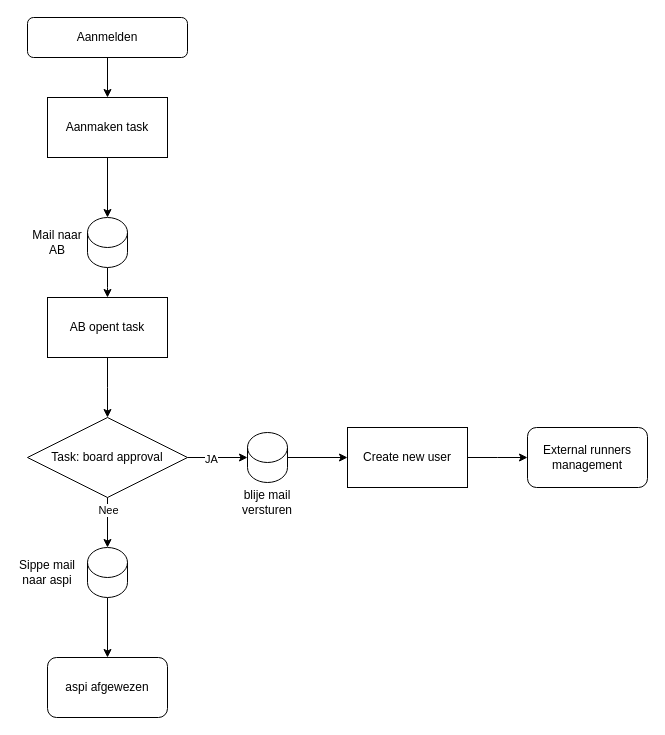
This is docs/drawio/user-create-flow.drawio from Loefbijter/loefsys, a draw.io file, before an edit. Source tidied: cells renumbered, new cells numbered last; positions are measured from the earlier drawing's top-left corner, leaving out a move shared by most shapes. Both pictures are drawn from the tidied source at 100%, with x=0, y=0 at pixel (17, 17).
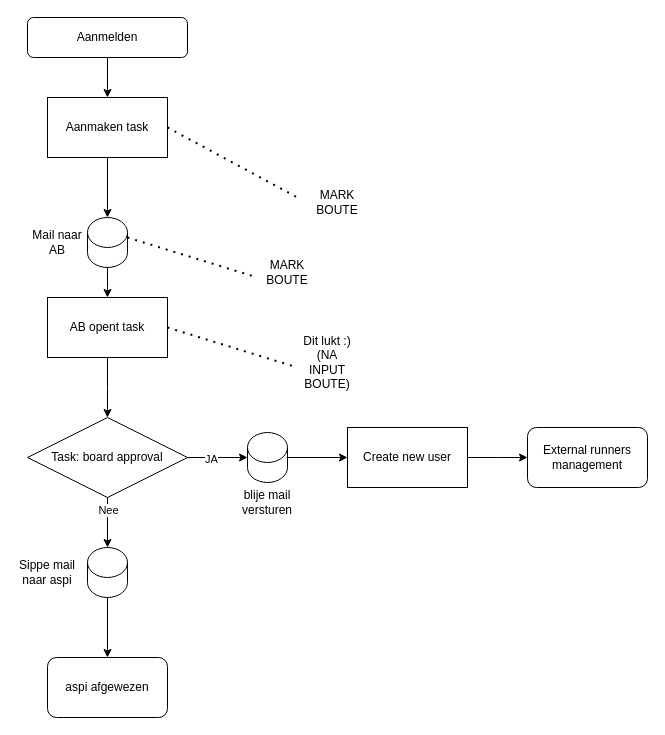
The same page after the edit.

Unchanged cells that the change refers to:
```xml
<mxCell id="11" value="Aanmaken task" style="rounded=0;whiteSpace=wrap;html=1;" parent="1" vertex="1">
  <mxGeometry x="30" y="80" width="120" height="60" as="geometry" />
</mxCell>
```

The edit, as a diff of the source:
```diff
@@
+    <mxCell id="26" style="endArrow=none;dashed=1;html=1;dashPattern=1 3;strokeWidth=2;rounded=0;exitX=1;exitY=0.5;exitDx=0;exitDy=0;" parent="1" edge="1" source="11">
+      <mxGeometry relative="1" as="geometry">
+        <mxPoint x="280" y="180" as="targetPoint" />
+      </mxGeometry>
+    </mxCell>
+    <mxCell id="27" value="MARK BOUTE" style="text;html=1;align=center;verticalAlign=middle;whiteSpace=wrap;rounded=0;" parent="1" vertex="1">
+      <mxGeometry x="290" y="170" width="60" height="30" as="geometry" />
+    </mxCell>
+    <mxCell id="28" style="endArrow=none;dashed=1;html=1;dashPattern=1 3;strokeWidth=2;rounded=0;exitX=1;exitY=0.5;exitDx=0;exitDy=0;" parent="1" edge="1">
+      <mxGeometry relative="1" as="geometry">
+        <mxPoint x="110" y="220" as="sourcePoint" />
+        <mxPoint x="240" y="260" as="targetPoint" />
+      </mxGeometry>
+    </mxCell>
+    <mxCell id="29" value="MARK BOUTE" style="text;html=1;align=center;verticalAlign=middle;whiteSpace=wrap;rounded=0;" parent="1" vertex="1">
+      <mxGeometry x="240" y="240" width="60" height="30" as="geometry" />
+    </mxCell>
+    <mxCell id="30" style="endArrow=none;dashed=1;html=1;dashPattern=1 3;strokeWidth=2;rounded=0;exitX=1;exitY=0.5;exitDx=0;exitDy=0;" parent="1" edge="1">
+      <mxGeometry relative="1" as="geometry">
+        <mxPoint x="150" y="310" as="sourcePoint" />
+        <mxPoint x="280" y="350" as="targetPoint" />
+      </mxGeometry>
+    </mxCell>
+    <mxCell id="31" value="Dit lukt :) (NA INPUT BOUTE)" style="text;html=1;align=center;verticalAlign=middle;whiteSpace=wrap;rounded=0;" parent="1" vertex="1">
+      <mxGeometry x="280" y="330" width="60" height="30" as="geometry" />
+    </mxCell>
```
